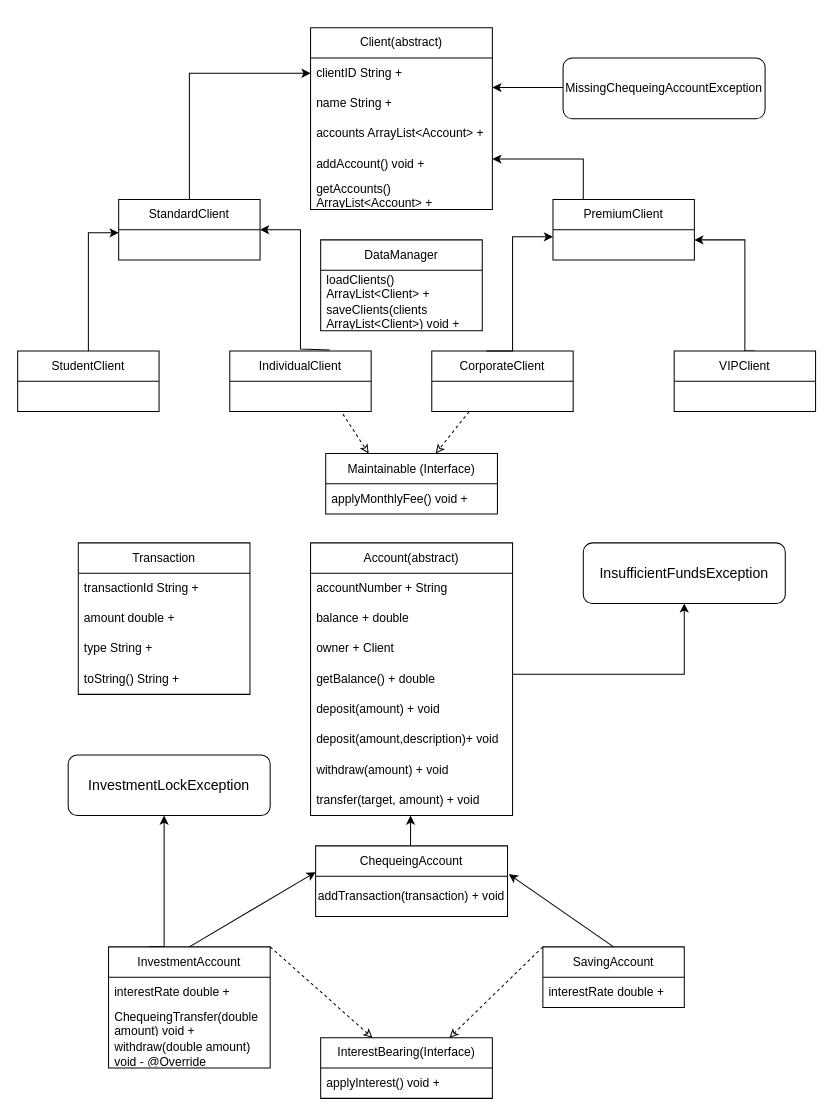
Earlier version of the draw.io diagram BankProg2.drawio (DanielCL198/Prog2_FinalProject). Source tidied: cells renumbered, new cells numbered last; positions are measured from the earlier drawing's top-left corner, leaving out a move shared by most shapes. Both pictures are drawn from the tidied source at 101%, with x=0, y=0 at pixel (17, 27).
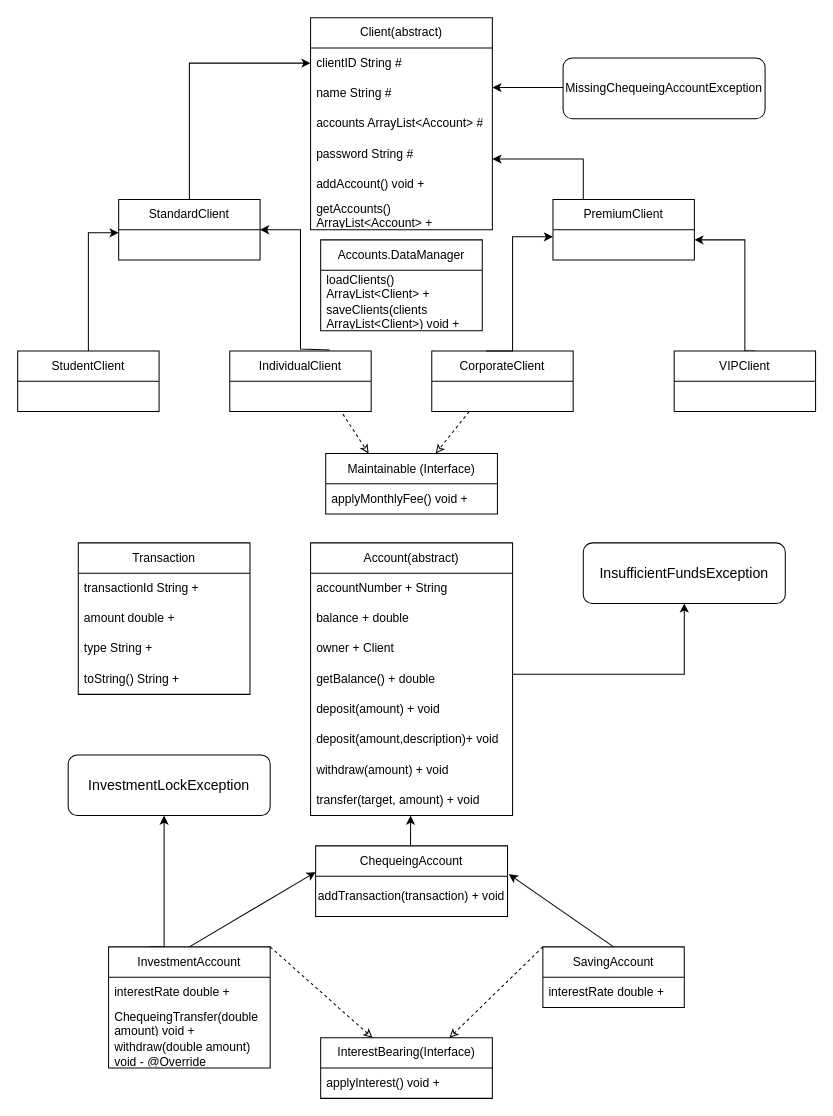
The same diagram, later.

What changed in the source:
```diff
@@
     <mxCell id="2" value="Client(abstract)" style="swimlane;fontStyle=0;horizontal=1;startSize=30;whiteSpace=wrap;html=1;" parent="1" vertex="1">
-      <mxGeometry x="290" width="180" height="180" as="geometry" />
+      <mxGeometry x="290" y="-10" width="180" height="210" as="geometry" />
     </mxCell>
-    <mxCell id="3" value="clientID String +" style="text;strokeColor=none;fillColor=none;align=left;verticalAlign=middle;spacingLeft=4;spacingRight=4;overflow=hidden;points=[[0,0.5],[1,0.5]];portConstraint=eastwest;whiteSpace=wrap;html=1;" parent="2" vertex="1">
+    <mxCell id="3" value="clientID String #" style="text;strokeColor=none;fillColor=none;align=left;verticalAlign=middle;spacingLeft=4;spacingRight=4;overflow=hidden;points=[[0,0.5],[1,0.5]];portConstraint=eastwest;whiteSpace=wrap;html=1;" parent="2" vertex="1">
       <mxGeometry y="30" width="180" height="30" as="geometry" />
     </mxCell>
-    <mxCell id="4" value="name String +" style="text;strokeColor=none;fillColor=none;align=left;verticalAlign=middle;spacingLeft=4;spacingRight=4;overflow=hidden;whiteSpace=wrap;html=1;" parent="2" vertex="1">
+    <mxCell id="4" value="name String #" style="text;strokeColor=none;fillColor=none;align=left;verticalAlign=middle;spacingLeft=4;spacingRight=4;overflow=hidden;whiteSpace=wrap;html=1;" parent="2" vertex="1">
       <mxGeometry y="60" width="180" height="30" as="geometry" />
     </mxCell>
-    <mxCell id="5" value="accounts ArrayList&amp;lt;Account&amp;gt; +" style="text;strokeColor=none;fillColor=none;align=left;verticalAlign=middle;spacingLeft=4;spacingRight=4;overflow=hidden;whiteSpace=wrap;html=1;" parent="2" vertex="1">
+    <mxCell id="5" value="accounts ArrayList&amp;lt;Account&amp;gt; #" style="text;strokeColor=none;fillColor=none;align=left;verticalAlign=middle;spacingLeft=4;spacingRight=4;overflow=hidden;whiteSpace=wrap;html=1;" parent="2" vertex="1">
       <mxGeometry y="90" width="180" height="30" as="geometry" />
     </mxCell>
+    <mxCell id="65" value="password String #" style="text;strokeColor=none;fillColor=none;align=left;verticalAlign=middle;spacingLeft=4;spacingRight=4;overflow=hidden;whiteSpace=wrap;html=1;" parent="2" vertex="1">
+      <mxGeometry y="120" width="180" height="30" as="geometry" />
+    </mxCell>
     <mxCell id="6" value="addAccount() void +" style="text;strokeColor=none;fillColor=none;align=left;verticalAlign=middle;spacingLeft=4;spacingRight=4;overflow=hidden;whiteSpace=wrap;html=1;" parent="2" vertex="1">
-      <mxGeometry y="120" width="180" height="30" as="geometry" />
+      <mxGeometry y="150" width="180" height="30" as="geometry" />
     </mxCell>
     <mxCell id="7" value="getAccounts() ArrayList&amp;lt;Account&amp;gt; +&amp;nbsp;" style="text;strokeColor=none;fillColor=none;align=left;verticalAlign=middle;spacingLeft=4;spacingRight=4;overflow=hidden;whiteSpace=wrap;html=1;" parent="2" vertex="1">
-      <mxGeometry y="150" width="180" height="30" as="geometry" />
+      <mxGeometry y="180" width="180" height="30" as="geometry" />
     </mxCell>
@@
-    <mxCell id="61" value="DataManager" style="swimlane;fontStyle=0;horizontal=1;startSize=30;whiteSpace=wrap;html=1;" parent="1" vertex="1">
+    <mxCell id="61" value="Accounts.DataManager" style="swimlane;fontStyle=0;horizontal=1;startSize=30;whiteSpace=wrap;html=1;" parent="1" vertex="1">
       <mxGeometry x="300" y="210" width="160" height="90" as="geometry" />
     </mxCell>
```
